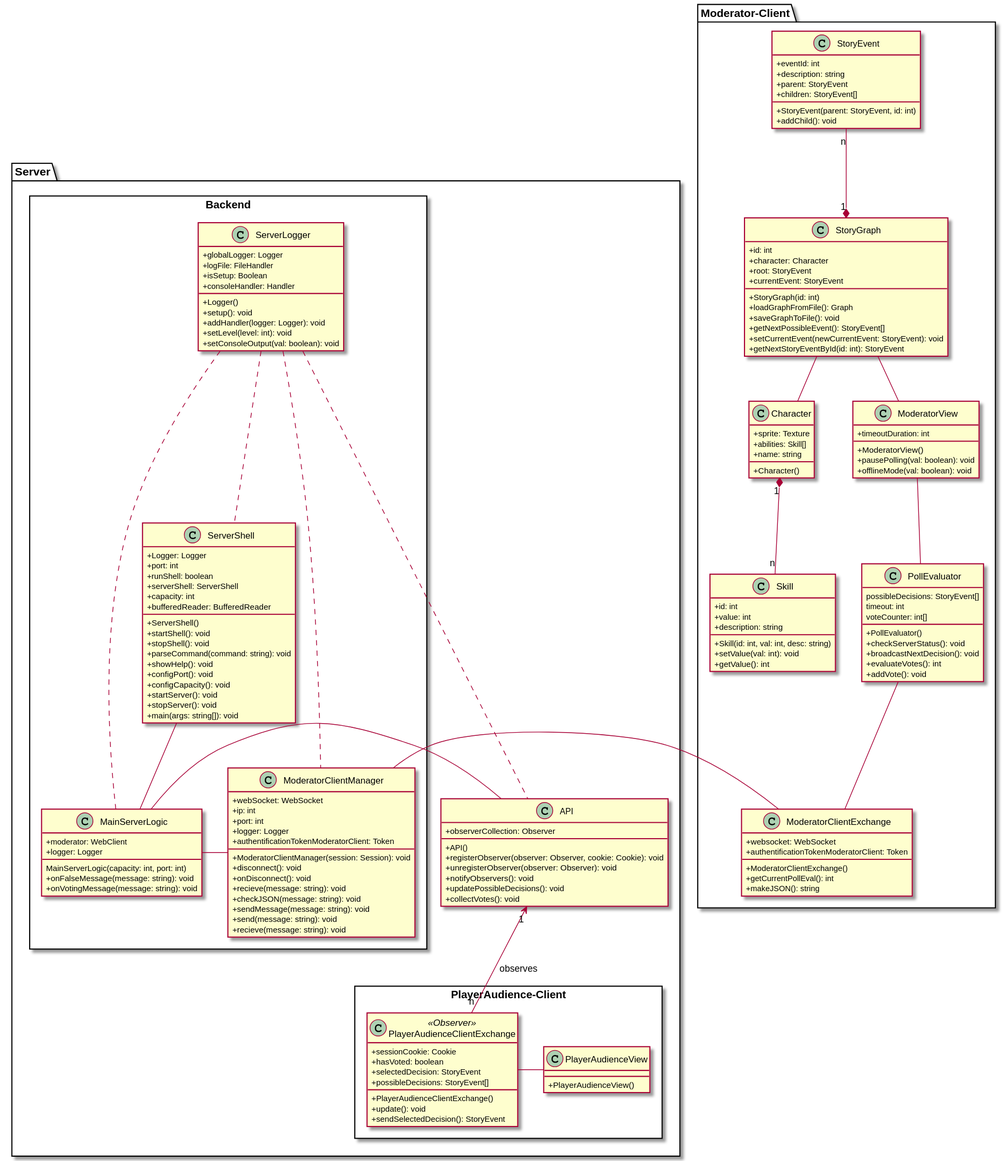
Brotenko/QualityQuest keeps this PlantUML diagram as Docs/Technical Specifications/docs/diagrams/ClassDiagrams/ClassDiagram.svg. Above is the earlier version.
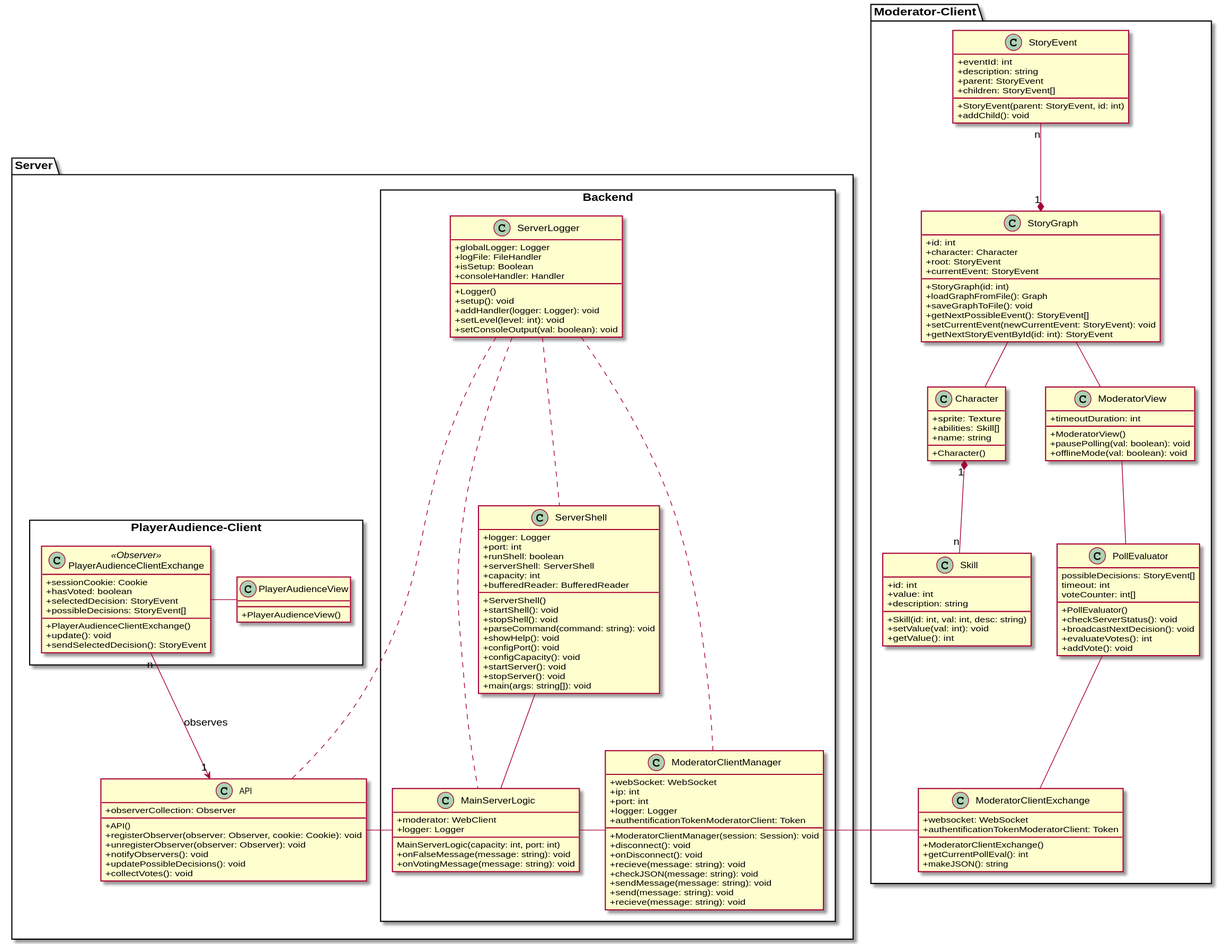
The same file after the commit.

Commit message:
moved audiencclientclass diagram to misc/outdated, added missing serverclass.svg

The edit, as a diff of the source:
```diff
@@ -1,5 +1,4 @@
 @startuml
-
 skinparam classAttributeIconSize 0
 
 package "Moderator-Client" {
@@ -90,7 +89,7 @@
 
   package "Backend" <<Rectangle>>{
     class "ServerShell" as ss {
-      {field} +Logger: Logger
+      {field} +logger: Logger
       {field} +port: int
       {field} +runShell: boolean
       {field} +serverShell: ServerShell
@@ -172,5 +171,4 @@
 }
 
 mcei - cm
-
 @enduml
```
